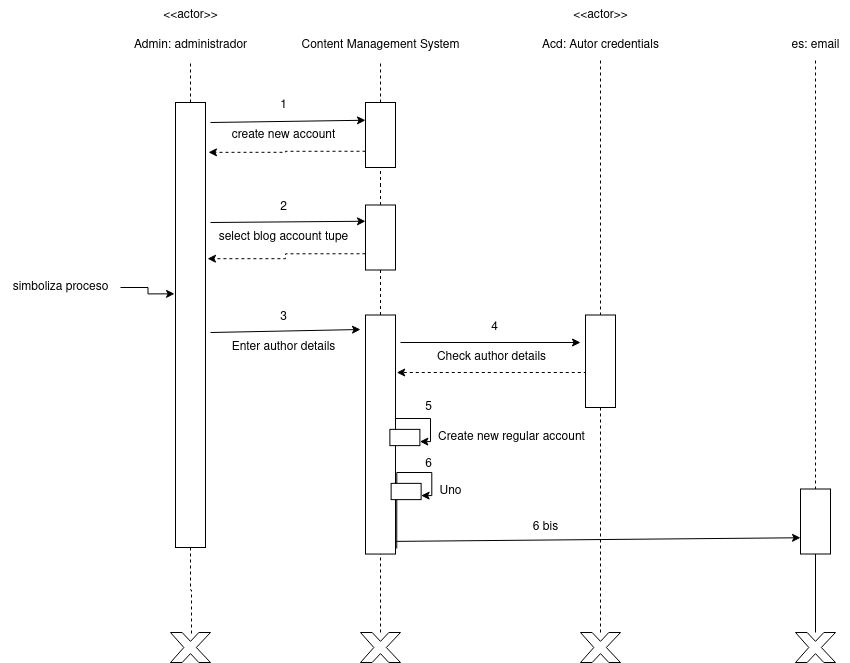
Earlier version of the draw.io export diagrama_secuencia/ejemplo1_diagrama_secuencia.drawio.png (liliguoz/ETS). Source tidied: cells renumbered, new cells last; positions are measured from the earlier drawing's top-left corner, leaving out a move shared by most shapes.
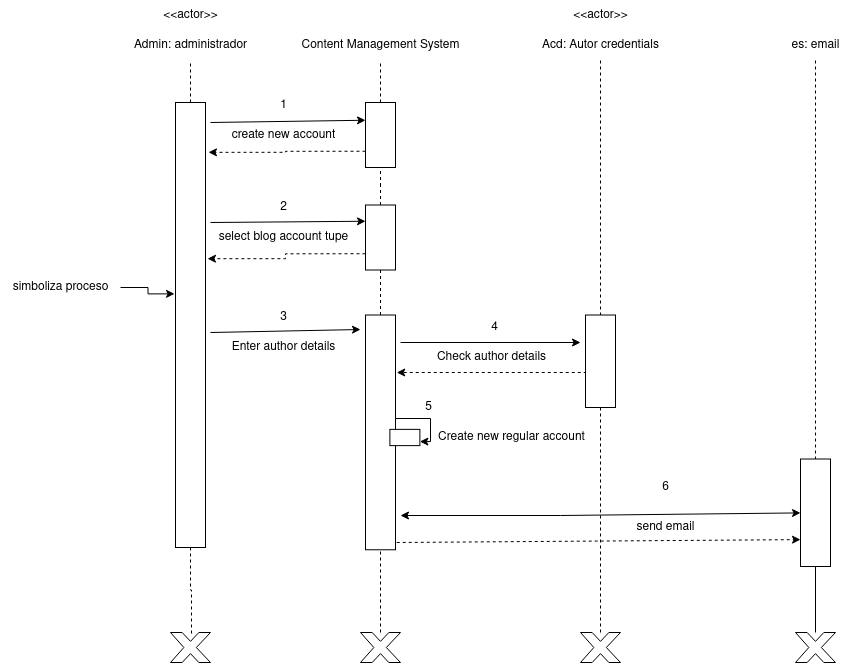
Later version of the same file.

Diff of the diagram source:
```diff
@@ -82,7 +82,7 @@
       </mxGeometry>
     </mxCell>
     <mxCell id="25" style="rounded=0;whiteSpace=wrap;html=1;rotation=90;" parent="1" vertex="1">
-      <mxGeometry x="292.5" y="419" width="239.1" height="30" as="geometry" />
+      <mxGeometry x="294.6" y="416.9" width="234.8" height="30" as="geometry" />
     </mxCell>
     <mxCell id="26" style="edgeStyle=orthogonalEdgeStyle;rounded=0;jettySize=auto;html=1;exitX=0.75;exitY=1;exitDx=0;exitDy=0;entryX=0.351;entryY=-0.067;entryDx=0;entryDy=0;entryPerimeter=0;dashed=1;" parent="1" edge="1" source="17" target="4">
       <mxGeometry relative="1" as="geometry" />
@@ -129,18 +129,6 @@
     <mxCell id="37" value="Create new regular account" style="text;html=1;align=center;verticalAlign=middle;strokeColor=none;fillColor=none;" parent="1" vertex="1">
       <mxGeometry x="458.2" y="422" width="170" height="30" as="geometry" />
     </mxCell>
-    <mxCell id="38" style="edgeStyle=orthogonalEdgeStyle;rounded=0;jettySize=auto;html=1;exitX=0.75;exitY=0;exitDx=0;exitDy=0;entryX=0.75;entryY=0;entryDx=0;entryDy=0;" parent="1" edge="1" target="39">
-      <mxGeometry relative="1" as="geometry">
-        <mxPoint x="428.2" y="548" as="sourcePoint" />
-        <Array as="points">
-          <mxPoint x="463.2" y="472" />
-          <mxPoint x="463.2" y="495" />
-        </Array>
-      </mxGeometry>
-    </mxCell>
-    <mxCell id="39" style="rounded=0;whiteSpace=wrap;html=1;rotation=90;" parent="1" vertex="1">
-      <mxGeometry x="429.5" y="476" width="16.2" height="30" as="geometry" />
-    </mxCell>
     <mxCell id="40" style="edgeStyle=orthogonalEdgeStyle;rounded=0;jettySize=auto;html=1;dashed=1;endArrow=none;endFill=0;" parent="1" edge="1" source="41" target="42">
       <mxGeometry relative="1" as="geometry" />
     </mxCell>
@@ -148,13 +136,10 @@
       <mxGeometry x="812" y="30" width="70" height="30" as="geometry" />
     </mxCell>
     <mxCell id="42" style="rounded=0;whiteSpace=wrap;html=1;rotation=90;" parent="1" vertex="1">
-      <mxGeometry x="814.5" y="506" width="65" height="30" as="geometry" />
+      <mxGeometry x="793.2" y="497.2" width="107.5" height="30" as="geometry" />
     </mxCell>
-    <mxCell id="43" style="endArrow=classic;html=1;rounded=0;exitX=0.947;exitY=-0.033;exitDx=0;exitDy=0;exitPerimeter=0;entryX=0.75;entryY=1;entryDx=0;entryDy=0;" parent="1" edge="1" source="25" target="42">
-      <mxGeometry relative="1" as="geometry" />
-    </mxCell>
-    <mxCell id="44" value="6 bis" style="text;html=1;align=center;verticalAlign=middle;strokeColor=none;fillColor=none;" parent="1" vertex="1">
-      <mxGeometry x="552" y="512" width="50" height="30" as="geometry" />
+    <mxCell id="44" value="send email" style="text;html=1;align=center;verticalAlign=middle;strokeColor=none;fillColor=none;" parent="1" vertex="1">
+      <mxGeometry x="657" y="512" width="80" height="30" as="geometry" />
     </mxCell>
     <mxCell id="45" style="verticalLabelPosition=bottom;verticalAlign=top;html=1;shape=mxgraph.basic.x;" parent="1" vertex="1">
       <mxGeometry x="202" y="632" width="40" height="30" as="geometry" />
@@ -181,10 +166,20 @@
       <mxGeometry x="827" y="632" width="40" height="30" as="geometry" />
     </mxCell>
     <mxCell id="53" value="6" style="text;html=1;align=center;verticalAlign=middle;strokeColor=none;fillColor=none;" parent="1" vertex="1">
-      <mxGeometry x="444.5" y="449" width="30" height="30" as="geometry" />
+      <mxGeometry x="682" y="472" width="30" height="30" as="geometry" />
     </mxCell>
-    <mxCell id="54" value="Uno" style="text;html=1;align=center;verticalAlign=middle;strokeColor=none;fillColor=none;" parent="1" vertex="1">
-      <mxGeometry x="457" y="476" width="50" height="30" as="geometry" />
-    </mxCell>
+    <mxCell id="55" style="endArrow=classic;startArrow=classic;html=1;rounded=0;" parent="1" edge="1" target="42">
+      <mxGeometry relative="1" as="geometry">
+        <mxPoint x="432" y="515" as="sourcePoint" />
+        <Array as="points">
+          <mxPoint x="592" y="515" />
+        </Array>
+      </mxGeometry>
+    </mxCell>
+    <mxCell id="56" style="edgeStyle=none;jettySize=auto;html=1;rounded=0;entryX=0.75;entryY=1;entryDx=0;entryDy=0;dashed=1;" parent="1" edge="1" target="42">
+      <mxGeometry relative="1" as="geometry">
+        <mxPoint x="428.2" y="542" as="sourcePoint" />
+      </mxGeometry>
+    </mxCell>
   </root>
 </mxGraphModel>
```
